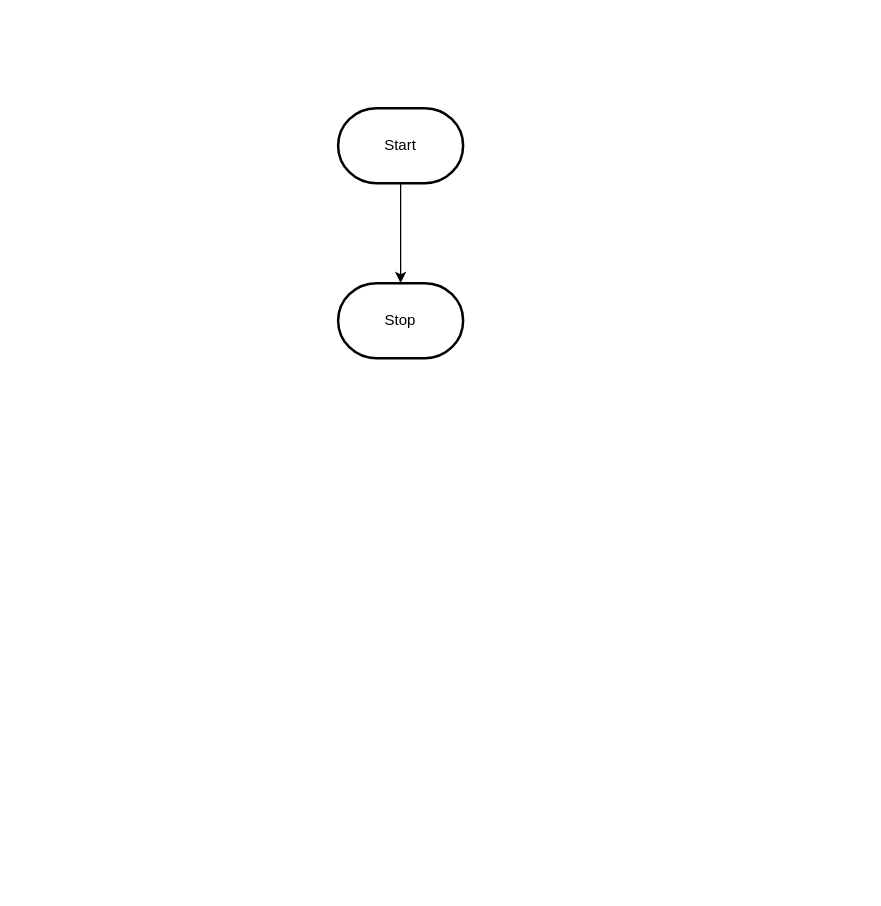
The draw.io diagram design/flowchart.drawio in MTHS-TEJ2O-1-2023/TEJ2O-Unit-2-13-daki-atahwalp-antango-boad, before the edit. Source tidied: cells renumbered, new cells numbered last; positions are measured from the earlier drawing's top-left corner, leaving out a move shared by most shapes. Both pictures are drawn from the tidied source at 125%, with x=0, y=0 at pixel (338, 108).
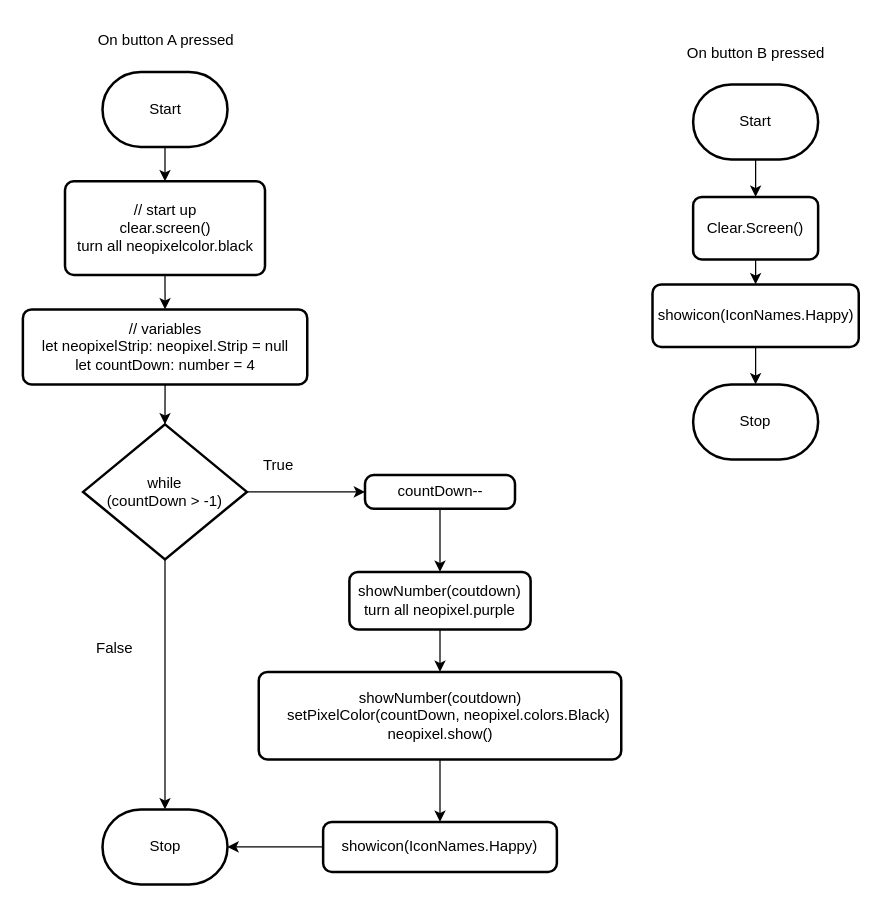
After the change.

Change to the diagram source:
```diff
@@
-    <mxCell id="2" style="edgeStyle=orthogonalEdgeStyle;html=1;rounded=0;" parent="1" edge="1" source="3" target="4">
-      <mxGeometry relative="1" as="geometry" />
-    </mxCell>
+    <mxCell id="5" style="edgeStyle=none;html=1;exitX=0.5;exitY=1;exitDx=0;exitDy=0;exitPerimeter=0;entryX=0.5;entryY=0;entryDx=0;entryDy=0;" parent="1" edge="1" source="3" target="15">
+      <mxGeometry relative="1" as="geometry" />
+    </mxCell>
     <mxCell id="3" value="Start" style="strokeWidth=2;html=1;shape=mxgraph.flowchart.terminator;whiteSpace=wrap;" parent="1" vertex="1">
-      <mxGeometry width="100" height="60" as="geometry" />
+      <mxGeometry x="-188.5" y="-29" width="100" height="60" as="geometry" />
     </mxCell>
     <mxCell id="4" value="Stop" style="strokeWidth=2;html=1;shape=mxgraph.flowchart.terminator;whiteSpace=wrap;" parent="1" vertex="1">
-      <mxGeometry y="140" width="100" height="60" as="geometry" />
+      <mxGeometry x="-188.5" y="561" width="100" height="60" as="geometry" />
     </mxCell>
+    <mxCell id="2" value="On button B pressed" style="text;html=1;align=center;verticalAlign=middle;strokeColor=none;fillColor=none;" parent="1" vertex="1">
+      <mxGeometry x="269" y="-59" width="130" height="30" as="geometry" />
+    </mxCell>
+    <mxCell id="6" style="edgeStyle=none;html=1;exitX=0.5;exitY=1;exitDx=0;exitDy=0;exitPerimeter=0;entryX=0.5;entryY=0;entryDx=0;entryDy=0;" parent="1" edge="1" source="7" target="9">
+      <mxGeometry relative="1" as="geometry" />
+    </mxCell>
+    <mxCell id="7" value="Start" style="strokeWidth=2;html=1;shape=mxgraph.flowchart.terminator;whiteSpace=wrap;" parent="1" vertex="1">
+      <mxGeometry x="284" y="-19" width="100" height="60" as="geometry" />
+    </mxCell>
+    <mxCell id="8" style="edgeStyle=none;html=1;exitX=0.5;exitY=1;exitDx=0;exitDy=0;entryX=0.5;entryY=0;entryDx=0;entryDy=0;" parent="1" edge="1" source="9" target="11">
+      <mxGeometry relative="1" as="geometry" />
+    </mxCell>
+    <mxCell id="9" value="Clear.Screen()" style="rounded=1;whiteSpace=wrap;html=1;absoluteArcSize=1;arcSize=14;strokeWidth=2;" parent="1" vertex="1">
+      <mxGeometry x="284" y="71" width="100" height="50" as="geometry" />
+    </mxCell>
+    <mxCell id="10" style="edgeStyle=none;html=1;exitX=0.5;exitY=1;exitDx=0;exitDy=0;entryX=0.5;entryY=0;entryDx=0;entryDy=0;entryPerimeter=0;" parent="1" edge="1" source="11" target="12">
+      <mxGeometry relative="1" as="geometry" />
+    </mxCell>
+    <mxCell id="11" value="showicon(IconNames.Happy)" style="rounded=1;whiteSpace=wrap;html=1;absoluteArcSize=1;arcSize=14;strokeWidth=2;" parent="1" vertex="1">
+      <mxGeometry x="251.5" y="141" width="165" height="50" as="geometry" />
+    </mxCell>
+    <mxCell id="12" value="Stop" style="strokeWidth=2;html=1;shape=mxgraph.flowchart.terminator;whiteSpace=wrap;" parent="1" vertex="1">
+      <mxGeometry x="284" y="221" width="100" height="60" as="geometry" />
+    </mxCell>
+    <mxCell id="13" value="On button A pressed" style="text;html=1;align=center;verticalAlign=middle;strokeColor=none;fillColor=none;" parent="1" vertex="1">
+      <mxGeometry x="-203.5" y="-69" width="130" height="30" as="geometry" />
+    </mxCell>
+    <mxCell id="14" style="edgeStyle=none;html=1;exitX=0.5;exitY=1;exitDx=0;exitDy=0;entryX=0.5;entryY=0;entryDx=0;entryDy=0;" parent="1" edge="1" source="15" target="17">
+      <mxGeometry relative="1" as="geometry" />
+    </mxCell>
+    <mxCell id="15" value="// start up&lt;br&gt;clear.screen()&lt;br&gt;turn all neopixelcolor.black" style="rounded=1;whiteSpace=wrap;html=1;absoluteArcSize=1;arcSize=14;strokeWidth=2;" parent="1" vertex="1">
+      <mxGeometry x="-218.5" y="58.5" width="160" height="75" as="geometry" />
+    </mxCell>
+    <mxCell id="16" style="edgeStyle=none;html=1;exitX=0.5;exitY=1;exitDx=0;exitDy=0;entryX=0.5;entryY=0;entryDx=0;entryDy=0;entryPerimeter=0;" parent="1" edge="1" source="17" target="20">
+      <mxGeometry relative="1" as="geometry" />
+    </mxCell>
+    <mxCell id="17" value="// variables&lt;br&gt;&lt;div&gt;let neopixelStrip: neopixel.Strip = null&lt;/div&gt;&lt;div&gt;let countDown: number = 4&lt;/div&gt;" style="rounded=1;whiteSpace=wrap;html=1;absoluteArcSize=1;arcSize=14;strokeWidth=2;" parent="1" vertex="1">
+      <mxGeometry x="-252.2" y="161" width="227.5" height="60" as="geometry" />
+    </mxCell>
+    <mxCell id="18" style="edgeStyle=none;html=1;exitX=1;exitY=0.5;exitDx=0;exitDy=0;exitPerimeter=0;entryX=0;entryY=0.5;entryDx=0;entryDy=0;" parent="1" edge="1" source="20" target="27">
+      <mxGeometry relative="1" as="geometry" />
+    </mxCell>
+    <mxCell id="19" style="edgeStyle=none;html=1;exitX=0.5;exitY=1;exitDx=0;exitDy=0;exitPerimeter=0;entryX=0.5;entryY=0;entryDx=0;entryDy=0;entryPerimeter=0;" parent="1" edge="1" source="20" target="4">
+      <mxGeometry relative="1" as="geometry" />
+    </mxCell>
+    <mxCell id="20" value="while&lt;br&gt;&amp;nbsp;(countDown &amp;gt; -1)&amp;nbsp;" style="strokeWidth=2;html=1;shape=mxgraph.flowchart.decision;whiteSpace=wrap;" parent="1" vertex="1">
+      <mxGeometry x="-204" y="253" width="131" height="108" as="geometry" />
+    </mxCell>
+    <mxCell id="21" value="True" style="text;html=1;align=center;verticalAlign=middle;strokeColor=none;fillColor=none;" parent="1" vertex="1">
+      <mxGeometry x="-73" y="271" width="50" height="30" as="geometry" />
+    </mxCell>
+    <mxCell id="22" style="edgeStyle=none;html=1;exitX=0.5;exitY=1;exitDx=0;exitDy=0;entryX=0.5;entryY=0;entryDx=0;entryDy=0;" parent="1" edge="1" source="23" target="25">
+      <mxGeometry relative="1" as="geometry" />
+    </mxCell>
+    <mxCell id="23" value="showNumber(coutdown)&lt;br&gt;turn all neopixel.purple" style="rounded=1;whiteSpace=wrap;html=1;absoluteArcSize=1;arcSize=14;strokeWidth=2;" parent="1" vertex="1">
+      <mxGeometry x="9" y="371" width="145" height="46" as="geometry" />
+    </mxCell>
+    <mxCell id="24" style="edgeStyle=none;html=1;exitX=0.5;exitY=1;exitDx=0;exitDy=0;entryX=0.5;entryY=0;entryDx=0;entryDy=0;" parent="1" edge="1" source="25" target="29">
+      <mxGeometry relative="1" as="geometry" />
+    </mxCell>
+    <mxCell id="25" value="showNumber(coutdown)&lt;br&gt;&amp;nbsp; &amp;nbsp; setPixelColor(countDown, neopixel.colors.Black)&lt;br&gt;neopixel.show()" style="rounded=1;whiteSpace=wrap;html=1;absoluteArcSize=1;arcSize=14;strokeWidth=2;" parent="1" vertex="1">
+      <mxGeometry x="-63.5" y="451" width="290" height="70" as="geometry" />
+    </mxCell>
+    <mxCell id="26" style="edgeStyle=none;html=1;exitX=0.5;exitY=1;exitDx=0;exitDy=0;entryX=0.5;entryY=0;entryDx=0;entryDy=0;" parent="1" edge="1" source="27" target="23">
+      <mxGeometry relative="1" as="geometry" />
+    </mxCell>
+    <mxCell id="27" value="countDown--" style="rounded=1;whiteSpace=wrap;html=1;absoluteArcSize=1;arcSize=14;strokeWidth=2;" parent="1" vertex="1">
+      <mxGeometry x="21.5" y="293.5" width="120" height="27" as="geometry" />
+    </mxCell>
+    <mxCell id="28" style="edgeStyle=none;html=1;exitX=0;exitY=0.5;exitDx=0;exitDy=0;" parent="1" edge="1" source="29" target="4">
+      <mxGeometry relative="1" as="geometry" />
+    </mxCell>
+    <mxCell id="29" value="showicon(IconNames.Happy)" style="rounded=1;whiteSpace=wrap;html=1;absoluteArcSize=1;arcSize=14;strokeWidth=2;" parent="1" vertex="1">
+      <mxGeometry x="-12" y="571" width="187" height="40" as="geometry" />
+    </mxCell>
+    <mxCell id="30" value="False" style="text;html=1;align=center;verticalAlign=middle;strokeColor=none;fillColor=none;" parent="1" vertex="1">
+      <mxGeometry x="-204" y="417" width="50" height="30" as="geometry" />
+    </mxCell>
```
